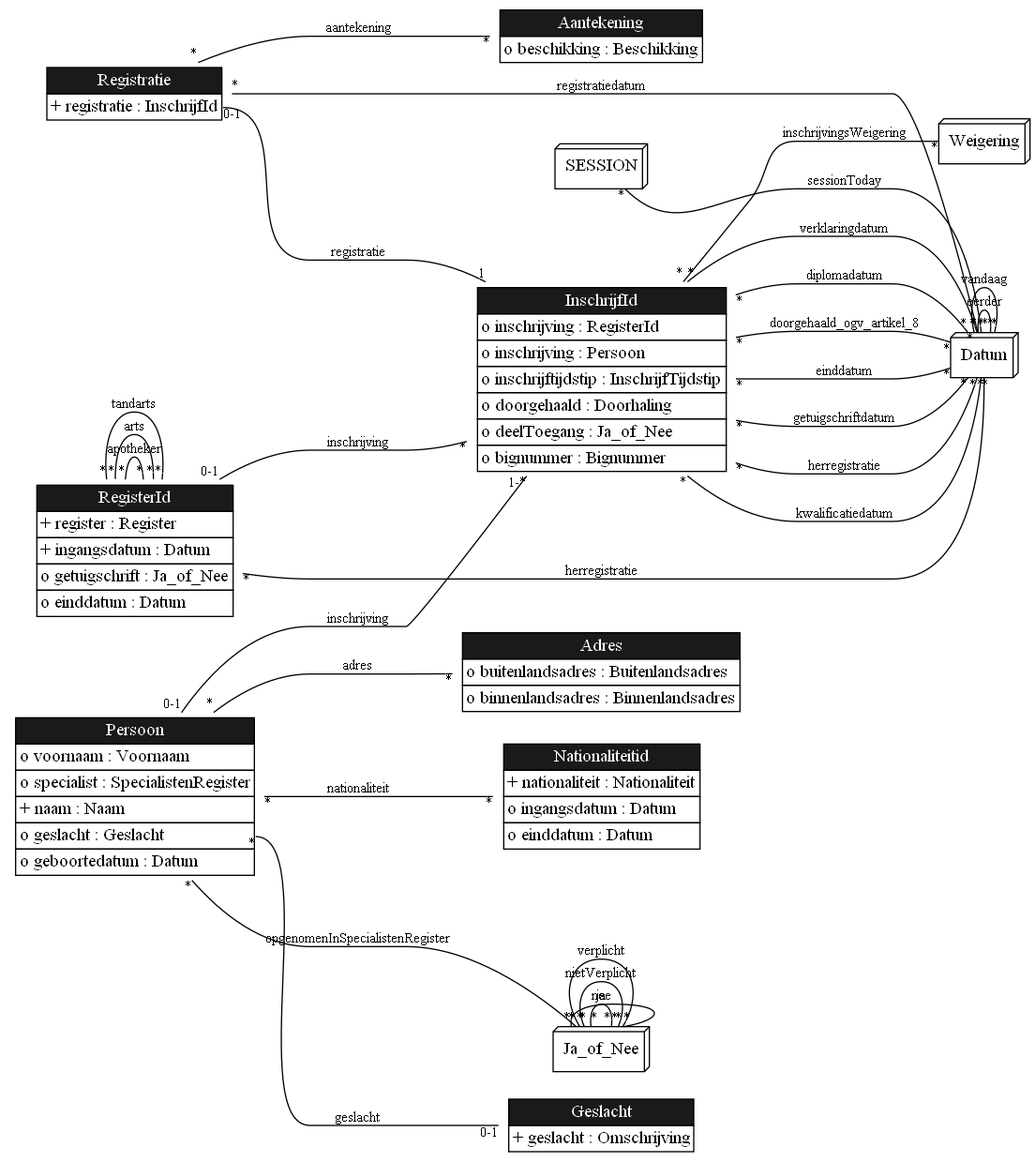
gedelaar/BIG keeps this Graphviz diagram as docs/images/LogicalDataModel.png. Above is the earlier version. Its source is kept beside it as docs/images/LogicalDataModel.gv.
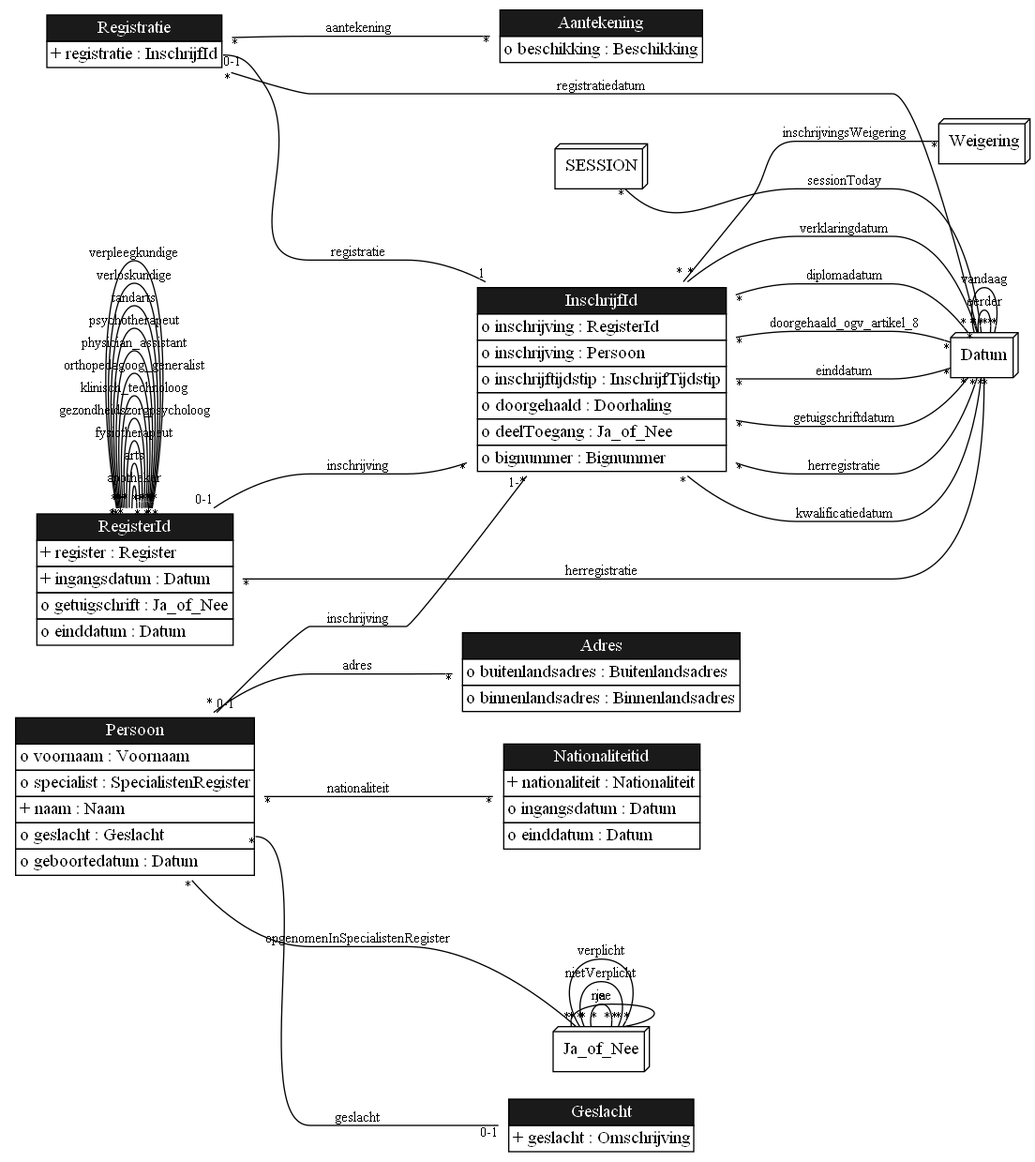
Later version of the same file.

The edit, as a diff of the source:
```diff
@@ -113,9 +113,49 @@
 		label=arts,
 		labelfloat=true,
 		taillabel="*"];
+	RegisterId:fysiotherapeut -> RegisterId	[arrowhead=onone,
+		headlabel="*",
+		label=fysiotherapeut,
+		labelfloat=true,
+		taillabel="*"];
+	RegisterId:gezondheidszorgpsycholoog -> RegisterId	[arrowhead=onone,
+		headlabel="*",
+		label=gezondheidszorgpsycholoog,
+		labelfloat=true,
+		taillabel="*"];
+	RegisterId:klinisch_technoloog -> RegisterId	[arrowhead=onone,
+		headlabel="*",
+		label=klinisch_technoloog,
+		labelfloat=true,
+		taillabel="*"];
+	RegisterId:orthopedagoog_generalist -> RegisterId	[arrowhead=onone,
+		headlabel="*",
+		label=orthopedagoog_generalist,
+		labelfloat=true,
+		taillabel="*"];
+	RegisterId:physician_assistant -> RegisterId	[arrowhead=onone,
+		headlabel="*",
+		label=physician_assistant,
+		labelfloat=true,
+		taillabel="*"];
+	RegisterId:psychotherapeut -> RegisterId	[arrowhead=onone,
+		headlabel="*",
+		label=psychotherapeut,
+		labelfloat=true,
+		taillabel="*"];
 	RegisterId:tandarts -> RegisterId	[arrowhead=onone,
 		headlabel="*",
 		label=tandarts,
+		labelfloat=true,
+		taillabel="*"];
+	RegisterId:verloskundige -> RegisterId	[arrowhead=onone,
+		headlabel="*",
+		label=verloskundige,
+		labelfloat=true,
+		taillabel="*"];
+	RegisterId:verpleegkundige -> RegisterId	[arrowhead=onone,
+		headlabel="*",
+		label=verpleegkundige,
 		labelfloat=true,
 		taillabel="*"];
 	RegisterId:herregistratie -> Datum	[arrowhead=onone,
```
